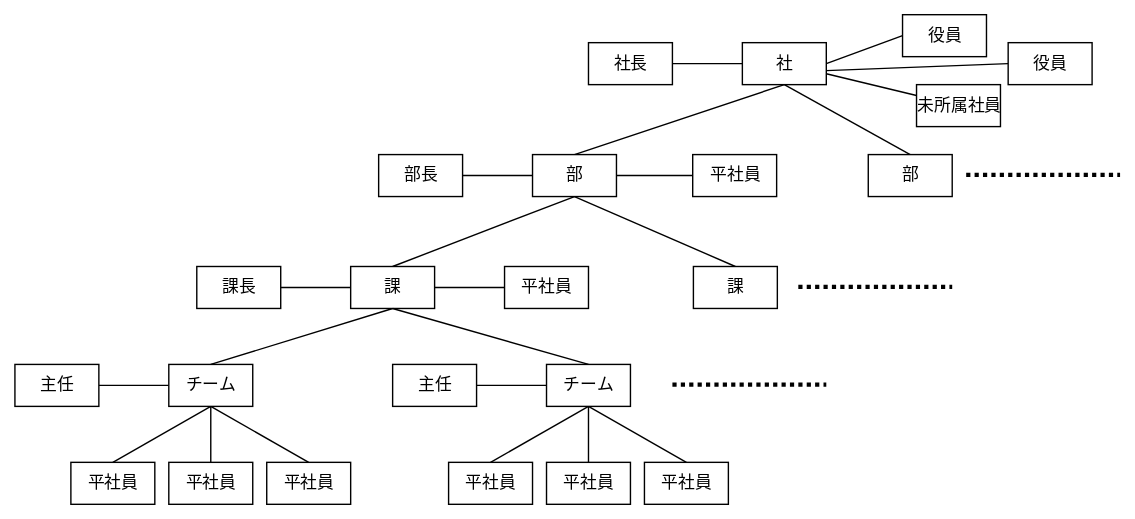
bosssanovar/LightMvvmSample keeps this draw.io diagram as Designs/組織構成設計/オブジェクト図.svg. Above is the earlier version. Source tidied: cells renumbered, new cells last; positions are measured from the earlier drawing's top-left corner, leaving out a move shared by most shapes. Source of this version:
```xml
<mxGraphModel>
  <root>
    <mxCell id="0" />
    <mxCell id="1" parent="0" />
    <mxCell id="2" style="rounded=0;whiteSpace=wrap;html=1;strokeColor=none;" parent="1" vertex="1">
      <mxGeometry width="810" height="370" as="geometry" />
    </mxCell>
    <mxCell id="3" style="edgeStyle=none;html=1;exitX=0.5;exitY=0;exitDx=0;exitDy=0;entryX=0.5;entryY=1;entryDx=0;entryDy=0;endArrow=none;endFill=0;" parent="1" edge="1" source="4" target="11">
      <mxGeometry relative="1" as="geometry" />
    </mxCell>
    <mxCell id="4" value="平社員" style="html=1;" parent="1" vertex="1">
      <mxGeometry x="50" y="330" width="60" height="30" as="geometry" />
    </mxCell>
    <mxCell id="5" style="edgeStyle=none;html=1;exitX=0.5;exitY=0;exitDx=0;exitDy=0;endArrow=none;endFill=0;" parent="1" edge="1" source="6">
      <mxGeometry relative="1" as="geometry">
        <mxPoint x="150" y="290" as="targetPoint" />
      </mxGeometry>
    </mxCell>
    <mxCell id="6" value="平社員" style="html=1;" parent="1" vertex="1">
      <mxGeometry x="120" y="330" width="60" height="30" as="geometry" />
    </mxCell>
    <mxCell id="7" style="edgeStyle=none;html=1;exitX=0.5;exitY=0;exitDx=0;exitDy=0;entryX=0.5;entryY=1;entryDx=0;entryDy=0;endArrow=none;endFill=0;" parent="1" edge="1" source="8" target="11">
      <mxGeometry relative="1" as="geometry" />
    </mxCell>
    <mxCell id="8" value="平社員" style="html=1;" parent="1" vertex="1">
      <mxGeometry x="190" y="330" width="60" height="30" as="geometry" />
    </mxCell>
    <mxCell id="9" style="edgeStyle=none;html=1;exitX=0;exitY=0.5;exitDx=0;exitDy=0;entryX=1;entryY=0.5;entryDx=0;entryDy=0;endArrow=none;endFill=0;" parent="1" edge="1" source="11" target="12">
      <mxGeometry relative="1" as="geometry" />
    </mxCell>
    <mxCell id="10" style="edgeStyle=none;html=1;exitX=0.5;exitY=0;exitDx=0;exitDy=0;endArrow=none;endFill=0;" parent="1" edge="1" source="11">
      <mxGeometry relative="1" as="geometry">
        <mxPoint x="280" y="220" as="targetPoint" />
      </mxGeometry>
    </mxCell>
    <mxCell id="11" value="チーム" style="html=1;" parent="1" vertex="1">
      <mxGeometry x="120" y="260" width="60" height="30" as="geometry" />
    </mxCell>
    <mxCell id="12" value="主任" style="html=1;" parent="1" vertex="1">
      <mxGeometry x="10" y="260" width="60" height="30" as="geometry" />
    </mxCell>
    <mxCell id="13" style="edgeStyle=none;html=1;exitX=0;exitY=0.5;exitDx=0;exitDy=0;entryX=1;entryY=0.5;entryDx=0;entryDy=0;endArrow=none;endFill=0;" parent="1" edge="1" source="16" target="17">
      <mxGeometry relative="1" as="geometry" />
    </mxCell>
    <mxCell id="14" style="edgeStyle=none;html=1;exitX=1;exitY=0.5;exitDx=0;exitDy=0;entryX=0;entryY=0.5;entryDx=0;entryDy=0;endArrow=none;endFill=0;" parent="1" edge="1" source="16" target="23">
      <mxGeometry relative="1" as="geometry" />
    </mxCell>
    <mxCell id="15" style="edgeStyle=none;html=1;exitX=0.5;exitY=0;exitDx=0;exitDy=0;entryX=0.5;entryY=1;entryDx=0;entryDy=0;endArrow=none;endFill=0;" parent="1" edge="1" source="16" target="21">
      <mxGeometry relative="1" as="geometry" />
    </mxCell>
    <mxCell id="16" value="課" style="html=1;" parent="1" vertex="1">
      <mxGeometry x="250" y="190" width="60" height="30" as="geometry" />
    </mxCell>
    <mxCell id="17" value="課長" style="html=1;" parent="1" vertex="1">
      <mxGeometry x="140" y="190" width="60" height="30" as="geometry" />
    </mxCell>
    <mxCell id="18" style="edgeStyle=none;jumpSize=10;html=1;exitX=1;exitY=0.5;exitDx=0;exitDy=0;strokeWidth=1;endArrow=none;endFill=0;entryX=0;entryY=0.5;entryDx=0;entryDy=0;" parent="1" edge="1" source="21" target="24">
      <mxGeometry relative="1" as="geometry" />
    </mxCell>
    <mxCell id="19" style="edgeStyle=none;jumpSize=10;html=1;exitX=0.5;exitY=1;exitDx=0;exitDy=0;entryX=0.5;entryY=0;entryDx=0;entryDy=0;strokeWidth=1;endArrow=none;endFill=0;" parent="1" edge="1" source="21" target="43">
      <mxGeometry relative="1" as="geometry" />
    </mxCell>
    <mxCell id="20" style="edgeStyle=none;jumpSize=10;html=1;exitX=0.5;exitY=0;exitDx=0;exitDy=0;entryX=0.5;entryY=1;entryDx=0;entryDy=0;strokeWidth=1;endArrow=none;endFill=0;" parent="1" edge="1" source="21" target="27">
      <mxGeometry relative="1" as="geometry" />
    </mxCell>
    <mxCell id="21" value="部" style="html=1;" parent="1" vertex="1">
      <mxGeometry x="380" y="110" width="60" height="30" as="geometry" />
    </mxCell>
    <mxCell id="22" value="部長" style="html=1;" parent="1" vertex="1">
      <mxGeometry x="270" y="110" width="60" height="30" as="geometry" />
    </mxCell>
    <mxCell id="23" value="平社員" style="html=1;" parent="1" vertex="1">
      <mxGeometry x="360" y="190" width="60" height="30" as="geometry" />
    </mxCell>
    <mxCell id="24" value="平社員" style="html=1;" parent="1" vertex="1">
      <mxGeometry x="494.5" y="110" width="60" height="30" as="geometry" />
    </mxCell>
    <mxCell id="25" style="edgeStyle=none;jumpSize=10;html=1;exitX=1;exitY=0.5;exitDx=0;exitDy=0;entryX=0;entryY=0.5;entryDx=0;entryDy=0;strokeWidth=1;endArrow=none;endFill=0;" parent="1" edge="1" source="27" target="30">
      <mxGeometry relative="1" as="geometry" />
    </mxCell>
    <mxCell id="26" style="edgeStyle=none;jumpSize=10;html=1;exitX=0.5;exitY=1;exitDx=0;exitDy=0;entryX=0.5;entryY=0;entryDx=0;entryDy=0;strokeWidth=1;endArrow=none;endFill=0;" parent="1" edge="1" source="27" target="44">
      <mxGeometry relative="1" as="geometry" />
    </mxCell>
    <mxCell id="27" value="社" style="html=1;" parent="1" vertex="1">
      <mxGeometry x="530" y="30" width="60" height="30" as="geometry" />
    </mxCell>
    <mxCell id="28" style="edgeStyle=none;jumpSize=10;html=1;exitX=1;exitY=0.5;exitDx=0;exitDy=0;entryX=0;entryY=0.5;entryDx=0;entryDy=0;strokeWidth=1;endArrow=none;endFill=0;" parent="1" edge="1" source="29" target="27">
      <mxGeometry relative="1" as="geometry" />
    </mxCell>
    <mxCell id="29" value="社長" style="html=1;" parent="1" vertex="1">
      <mxGeometry x="420" y="30" width="60" height="30" as="geometry" />
    </mxCell>
    <mxCell id="30" value="役員" style="html=1;" parent="1" vertex="1">
      <mxGeometry x="644.5" y="10" width="60" height="30" as="geometry" />
    </mxCell>
    <mxCell id="31" style="edgeStyle=none;jumpSize=10;html=1;exitX=0;exitY=0.5;exitDx=0;exitDy=0;strokeWidth=1;endArrow=none;endFill=0;" parent="1" edge="1" source="32">
      <mxGeometry relative="1" as="geometry">
        <mxPoint x="590" y="50" as="targetPoint" />
      </mxGeometry>
    </mxCell>
    <mxCell id="32" value="役員" style="html=1;" parent="1" vertex="1">
      <mxGeometry x="720" y="30" width="60" height="30" as="geometry" />
    </mxCell>
    <mxCell id="33" style="edgeStyle=none;html=1;exitX=0.5;exitY=0;exitDx=0;exitDy=0;entryX=0.5;entryY=1;entryDx=0;entryDy=0;endArrow=none;endFill=0;" parent="1" edge="1" source="34" target="41">
      <mxGeometry relative="1" as="geometry" />
    </mxCell>
    <mxCell id="34" value="平社員" style="html=1;" parent="1" vertex="1">
      <mxGeometry x="320" y="330" width="60" height="30" as="geometry" />
    </mxCell>
    <mxCell id="35" style="edgeStyle=none;html=1;exitX=0.5;exitY=0;exitDx=0;exitDy=0;endArrow=none;endFill=0;" parent="1" edge="1" source="36">
      <mxGeometry relative="1" as="geometry">
        <mxPoint x="420" y="290" as="targetPoint" />
      </mxGeometry>
    </mxCell>
    <mxCell id="36" value="平社員" style="html=1;" parent="1" vertex="1">
      <mxGeometry x="390" y="330" width="60" height="30" as="geometry" />
    </mxCell>
    <mxCell id="37" style="edgeStyle=none;html=1;exitX=0.5;exitY=0;exitDx=0;exitDy=0;entryX=0.5;entryY=1;entryDx=0;entryDy=0;endArrow=none;endFill=0;" parent="1" edge="1" source="38" target="41">
      <mxGeometry relative="1" as="geometry" />
    </mxCell>
    <mxCell id="38" value="平社員" style="html=1;" parent="1" vertex="1">
      <mxGeometry x="460" y="330" width="60" height="30" as="geometry" />
    </mxCell>
    <mxCell id="39" style="edgeStyle=none;html=1;exitX=0;exitY=0.5;exitDx=0;exitDy=0;entryX=1;entryY=0.5;entryDx=0;entryDy=0;endArrow=none;endFill=0;" parent="1" edge="1" source="41" target="42">
      <mxGeometry relative="1" as="geometry" />
    </mxCell>
    <mxCell id="40" style="edgeStyle=none;html=1;exitX=0.5;exitY=0;exitDx=0;exitDy=0;entryX=0.5;entryY=1;entryDx=0;entryDy=0;endArrow=none;endFill=0;" parent="1" edge="1" source="41" target="16">
      <mxGeometry relative="1" as="geometry" />
    </mxCell>
    <mxCell id="41" value="チーム" style="html=1;" parent="1" vertex="1">
      <mxGeometry x="390" y="260" width="60" height="30" as="geometry" />
    </mxCell>
    <mxCell id="42" value="主任" style="html=1;" parent="1" vertex="1">
      <mxGeometry x="280" y="260" width="60" height="30" as="geometry" />
    </mxCell>
    <mxCell id="43" value="課" style="html=1;" parent="1" vertex="1">
      <mxGeometry x="495" y="190" width="60" height="30" as="geometry" />
    </mxCell>
    <mxCell id="44" value="部" style="html=1;" parent="1" vertex="1">
      <mxGeometry x="620" y="110" width="60" height="30" as="geometry" />
    </mxCell>
    <mxCell id="45" style="endArrow=none;html=1;dashed=1;jumpSize=10;strokeWidth=3;dashPattern=1 1;" parent="1" edge="1">
      <mxGeometry relative="1" as="geometry">
        <mxPoint x="480" y="274.5" as="sourcePoint" />
        <mxPoint x="590" y="274.5" as="targetPoint" />
      </mxGeometry>
    </mxCell>
    <mxCell id="46" style="endArrow=none;html=1;dashed=1;jumpSize=10;strokeWidth=3;dashPattern=1 1;" parent="1" edge="1">
      <mxGeometry relative="1" as="geometry">
        <mxPoint x="570" y="204.5" as="sourcePoint" />
        <mxPoint x="680" y="204.5" as="targetPoint" />
      </mxGeometry>
    </mxCell>
    <mxCell id="47" style="endArrow=none;html=1;dashed=1;jumpSize=10;strokeWidth=3;dashPattern=1 1;" parent="1" edge="1">
      <mxGeometry relative="1" as="geometry">
        <mxPoint x="690" y="124.5" as="sourcePoint" />
        <mxPoint x="800" y="124.5" as="targetPoint" />
      </mxGeometry>
    </mxCell>
    <mxCell id="48" style="edgeStyle=none;html=1;exitX=1;exitY=0.5;exitDx=0;exitDy=0;entryX=0;entryY=0.5;entryDx=0;entryDy=0;endArrow=none;endFill=0;" parent="1" edge="1" source="22" target="21">
      <mxGeometry relative="1" as="geometry" />
    </mxCell>
    <mxCell id="49" value="未所属社員" style="html=1;" parent="1" vertex="1">
      <mxGeometry x="654.5" y="60" width="60" height="30" as="geometry" />
    </mxCell>
    <mxCell id="50" style="edgeStyle=none;jumpSize=10;html=1;strokeWidth=1;endArrow=none;endFill=0;" parent="1" edge="1" source="27" target="49">
      <mxGeometry relative="1" as="geometry" />
    </mxCell>
  </root>
</mxGraphModel>
```
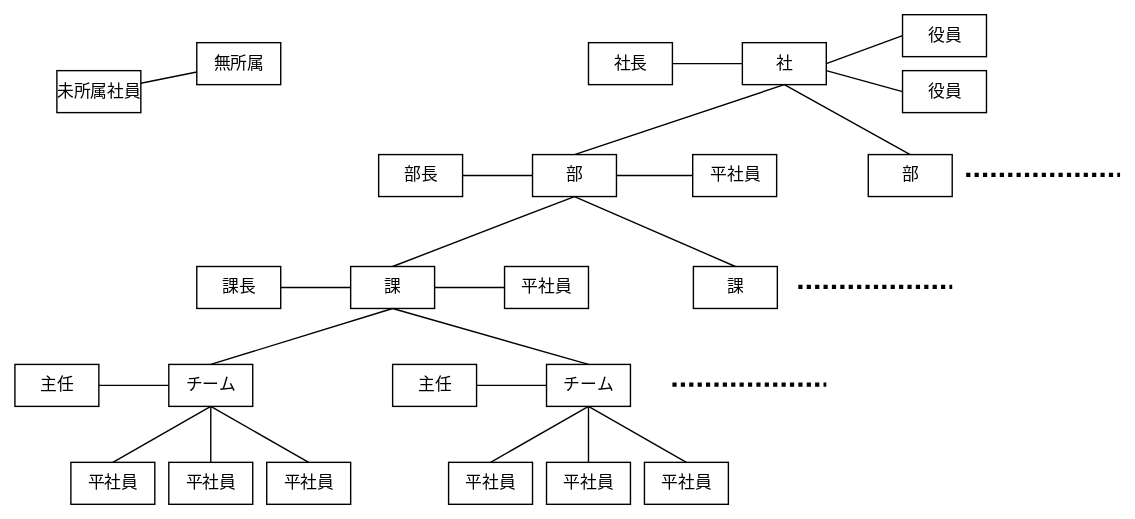
Later version of the same file.

The edit, as a diff of the source:
```diff
@@ -99,7 +99,7 @@
       </mxGeometry>
     </mxCell>
     <mxCell id="32" value="役員" style="html=1;" parent="1" vertex="1">
-      <mxGeometry x="720" y="30" width="60" height="30" as="geometry" />
+      <mxGeometry x="644.5" y="50" width="60" height="30" as="geometry" />
     </mxCell>
     <mxCell id="33" style="edgeStyle=none;html=1;exitX=0.5;exitY=0;exitDx=0;exitDy=0;entryX=0.5;entryY=1;entryDx=0;entryDy=0;endArrow=none;endFill=0;" parent="1" edge="1" source="34" target="41">
       <mxGeometry relative="1" as="geometry" />
@@ -161,10 +161,13 @@
       <mxGeometry relative="1" as="geometry" />
     </mxCell>
     <mxCell id="49" value="未所属社員" style="html=1;" parent="1" vertex="1">
-      <mxGeometry x="654.5" y="60" width="60" height="30" as="geometry" />
+      <mxGeometry x="40" y="50" width="60" height="30" as="geometry" />
     </mxCell>
-    <mxCell id="50" style="edgeStyle=none;jumpSize=10;html=1;strokeWidth=1;endArrow=none;endFill=0;" parent="1" edge="1" source="27" target="49">
+    <mxCell id="50" style="edgeStyle=none;jumpSize=10;html=1;strokeWidth=1;endArrow=none;endFill=0;" parent="1" edge="1" source="51" target="49">
       <mxGeometry relative="1" as="geometry" />
     </mxCell>
+    <mxCell id="51" value="無所属" style="html=1;" parent="1" vertex="1">
+      <mxGeometry x="140" y="30" width="60" height="30" as="geometry" />
+    </mxCell>
   </root>
 </mxGraphModel>
```
